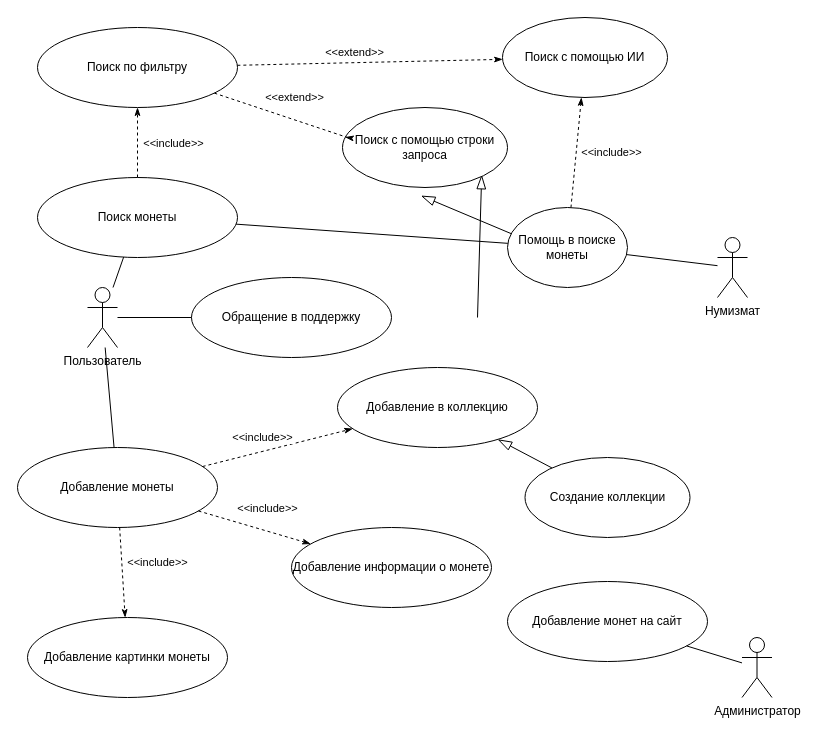
The draw.io diagram 2_Владос.drawio in Gleb-hub/-, before the edit. Source tidied: cells renumbered, new cells numbered last; positions are measured from the earlier drawing's top-left corner, leaving out a move shared by most shapes. Both pictures are drawn from the tidied source at 100%, with x=0, y=0 at pixel (17, 17).
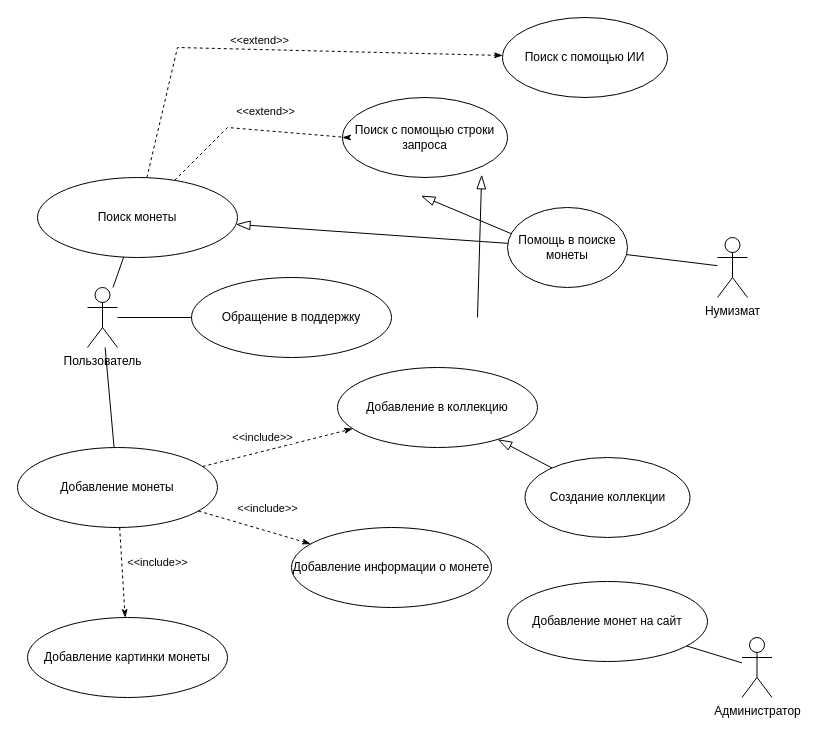
Above is the later version.

Unchanged cells that the change refers to:
```xml
<mxCell id="10" value="Поиск монеты" style="ellipse;whiteSpace=wrap;html=1;" parent="1" vertex="1">
  <mxGeometry x="20" y="160" width="200" height="80" as="geometry" />
</mxCell>
<mxCell id="29" value="Поиск с помощью ИИ" style="ellipse;whiteSpace=wrap;html=1;" parent="1" vertex="1">
  <mxGeometry x="485" width="165" height="80" as="geometry" />
</mxCell>
<mxCell id="36" value="Помощь в поиске монеты" style="ellipse;whiteSpace=wrap;html=1;" parent="1" vertex="1">
  <mxGeometry x="490" y="190" width="120" height="80" as="geometry" />
</mxCell>
```

The edit, as a diff of the source:
```diff
@@
-    <mxCell id="12" value="Поиск по фильтру" style="ellipse;whiteSpace=wrap;html=1;" parent="1" vertex="1">
-      <mxGeometry x="20" y="10" width="200" height="80" as="geometry" />
-    </mxCell>
-    <mxCell id="13" style="endArrow=classicThin;dashed=1;html=1;rounded=0;startArrow=none;startFill=0;endFill=1;" parent="1" edge="1" source="10" target="12">
-      <mxGeometry relative="1" as="geometry" />
-    </mxCell>
-    <mxCell id="14" value="&amp;lt;&amp;lt;include&amp;gt;&amp;gt;" style="edgeLabel;html=1;align=center;verticalAlign=middle;" parent="13" vertex="1">
-      <mxGeometry x="0.01" y="-2" relative="1" as="geometry">
-        <mxPoint x="33" as="offset" />
-      </mxGeometry>
-    </mxCell>
@@
-    <mxCell id="30" style="endArrow=classicThin;dashed=1;html=1;rounded=0;startArrow=none;startFill=0;endFill=1;" parent="1" edge="1" source="12" target="29">
-      <mxGeometry relative="1" as="geometry" />
+    <mxCell id="30" style="endArrow=classicThin;dashed=1;html=1;rounded=0;startArrow=none;startFill=0;endFill=1;" parent="1" edge="1" source="10" target="29">
+      <mxGeometry relative="1" as="geometry">
+        <Array as="points">
+          <mxPoint x="160" y="30" />
+        </Array>
+      </mxGeometry>
     </mxCell>
@@
     <mxCell id="32" value="Поиск с помощью строки запроса" style="ellipse;whiteSpace=wrap;html=1;" parent="1" vertex="1">
-      <mxGeometry x="325" y="90" width="165" height="80" as="geometry" />
+      <mxGeometry x="325" y="80" width="165" height="80" as="geometry" />
     </mxCell>
-    <mxCell id="33" style="endArrow=classicThin;dashed=1;html=1;rounded=0;startArrow=none;startFill=0;endFill=1;" parent="1" edge="1" source="12" target="32">
+    <mxCell id="33" style="endArrow=classicThin;dashed=1;html=1;rounded=0;startArrow=none;startFill=0;endFill=1;" parent="1" edge="1" source="10" target="32">
       <mxGeometry relative="1" as="geometry">
         <Array as="points">
+          <mxPoint x="210" y="110" />
           <mxPoint x="330" y="120" />
         </Array>
       </mxGeometry>
     </mxCell>
@@
-    <mxCell id="37" style="endArrow=none;html=1;rounded=0;" parent="1" edge="1" source="10" target="36">
-      <mxGeometry relative="1" as="geometry" />
-    </mxCell>
-    <mxCell id="38" style="endArrow=classicThin;dashed=1;html=1;rounded=0;startArrow=none;startFill=0;endFill=1;" parent="1" edge="1" source="36" target="29">
-      <mxGeometry relative="1" as="geometry" />
-    </mxCell>
-    <mxCell id="39" value="&amp;lt;&amp;lt;include&amp;gt;&amp;gt;" style="edgeLabel;html=1;align=center;verticalAlign=middle;" parent="38" vertex="1">
-      <mxGeometry x="0.01" y="-2" relative="1" as="geometry">
-        <mxPoint x="33" as="offset" />
-      </mxGeometry>
-    </mxCell>
+    <mxCell id="40" style="endArrow=blockThin;html=1;rounded=0;endFill=0;endSize=12;" parent="1" edge="1" source="36" target="10">
+      <mxGeometry relative="1" as="geometry" />
+    </mxCell>
```
